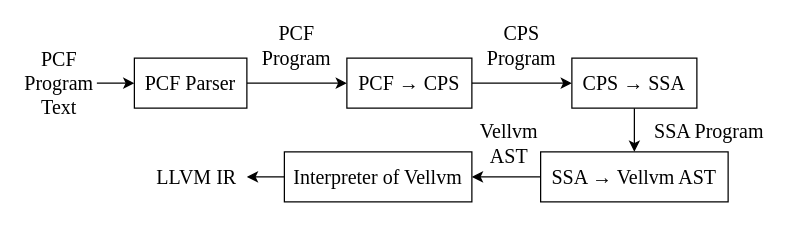
Earlier version of the draw.io diagram tase23/overview.drawio (ABigDoge/MyDiagrams). Source tidied: cells renumbered, new cells numbered last; positions are measured from the earlier drawing's top-left corner, leaving out a move shared by most shapes. Both pictures are drawn from the tidied source at 125%, with x=0, y=0 at pixel (21, 26).
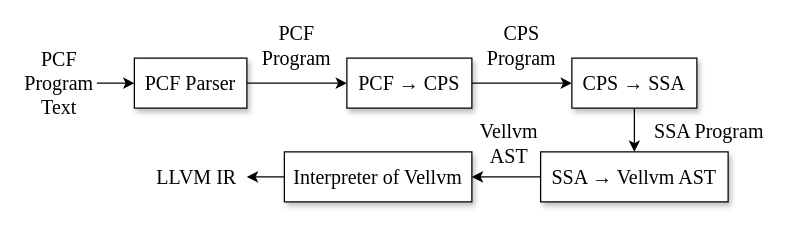
Above is the later version.

Diff of the diagram source:
```diff
@@
 <mxGraphModel>
   <root>
     <mxCell id="0" />
     <mxCell id="1" parent="0" />
     <mxCell id="2" style="edgeStyle=orthogonalEdgeStyle;rounded=0;jettySize=auto;html=1;fontFamily=Times New Roman;fontSize=16;fontColor=#000000;" parent="1" edge="1" source="3" target="5">
       <mxGeometry relative="1" as="geometry" />
     </mxCell>
-    <mxCell id="3" value="PCF Parser" style="rounded=0;whiteSpace=wrap;html=1;labelBackgroundColor=#ffffff;fontFamily=Times New Roman;fontSize=16;fontColor=#000000;" parent="1" vertex="1">
+    <mxCell id="3" value="PCF Parser" style="rounded=0;whiteSpace=wrap;html=1;labelBackgroundColor=#ffffff;fontFamily=Times New Roman;fontSize=16;fontColor=#000000;shadow=1;" parent="1" vertex="1">
       <mxGeometry x="90" y="25" width="90" height="40" as="geometry" />
     </mxCell>
     <mxCell id="4" style="edgeStyle=orthogonalEdgeStyle;rounded=0;jettySize=auto;html=1;fontFamily=Times New Roman;fontSize=16;fontColor=#000000;" parent="1" edge="1" source="5" target="7">
       <mxGeometry relative="1" as="geometry" />
     </mxCell>
-    <mxCell id="5" value="PCF&amp;nbsp;→ CPS" style="rounded=0;whiteSpace=wrap;html=1;labelBackgroundColor=#ffffff;fontFamily=Times New Roman;fontSize=16;fontColor=#000000;" parent="1" vertex="1">
+    <mxCell id="5" value="PCF&amp;nbsp;→ CPS" style="rounded=0;whiteSpace=wrap;html=1;labelBackgroundColor=#ffffff;fontFamily=Times New Roman;fontSize=16;fontColor=#000000;shadow=1;" parent="1" vertex="1">
       <mxGeometry x="260" y="25" width="100" height="40" as="geometry" />
     </mxCell>
     <mxCell id="6" style="edgeStyle=orthogonalEdgeStyle;rounded=0;jettySize=auto;html=1;fontFamily=Times New Roman;fontSize=16;fontColor=#000000;" parent="1" edge="1" source="7" target="9">
       <mxGeometry relative="1" as="geometry" />
     </mxCell>
-    <mxCell id="7" value="CPS → SSA" style="rounded=0;whiteSpace=wrap;html=1;labelBackgroundColor=#ffffff;fontFamily=Times New Roman;fontSize=16;fontColor=#000000;" parent="1" vertex="1">
+    <mxCell id="7" value="CPS → SSA" style="rounded=0;whiteSpace=wrap;html=1;labelBackgroundColor=#ffffff;fontFamily=Times New Roman;fontSize=16;fontColor=#000000;shadow=1;" parent="1" vertex="1">
       <mxGeometry x="440" y="25" width="100" height="40" as="geometry" />
     </mxCell>
     <mxCell id="8" style="edgeStyle=orthogonalEdgeStyle;rounded=0;jettySize=auto;html=1;fontFamily=Times New Roman;fontSize=16;fontColor=#000000;" parent="1" edge="1" source="9" target="11">
       <mxGeometry relative="1" as="geometry" />
     </mxCell>
-    <mxCell id="9" value="SSA → Vellvm AST" style="rounded=0;whiteSpace=wrap;html=1;labelBackgroundColor=#ffffff;fontFamily=Times New Roman;fontSize=16;fontColor=#000000;" parent="1" vertex="1">
+    <mxCell id="9" value="SSA → Vellvm AST" style="rounded=0;whiteSpace=wrap;html=1;labelBackgroundColor=#ffffff;fontFamily=Times New Roman;fontSize=16;fontColor=#000000;shadow=1;" parent="1" vertex="1">
       <mxGeometry x="415" y="100" width="150" height="40" as="geometry" />
     </mxCell>
     <mxCell id="10" style="edgeStyle=orthogonalEdgeStyle;rounded=0;jettySize=auto;html=1;fontFamily=Times New Roman;fontSize=16;fontColor=#000000;" parent="1" edge="1" source="11" target="14">
       <mxGeometry relative="1" as="geometry" />
     </mxCell>
-    <mxCell id="11" value="Interpreter of Vellvm" style="rounded=0;whiteSpace=wrap;html=1;labelBackgroundColor=#ffffff;fontFamily=Times New Roman;fontSize=16;fontColor=#000000;" parent="1" vertex="1">
+    <mxCell id="11" value="Interpreter of Vellvm" style="rounded=0;whiteSpace=wrap;html=1;labelBackgroundColor=#ffffff;fontFamily=Times New Roman;fontSize=16;fontColor=#000000;shadow=1;" parent="1" vertex="1">
       <mxGeometry x="210" y="100" width="150" height="40" as="geometry" />
     </mxCell>
     <mxCell id="12" style="edgeStyle=orthogonalEdgeStyle;rounded=0;jettySize=auto;html=1;fontFamily=Times New Roman;fontSize=16;fontColor=#000000;" parent="1" edge="1" source="13" target="3">
       <mxGeometry relative="1" as="geometry" />
     </mxCell>
     <mxCell id="13" value="PCF Program Text" style="text;html=1;strokeColor=none;fillColor=none;align=center;verticalAlign=middle;whiteSpace=wrap;rounded=0;fontSize=16;fontFamily=Times New Roman;fontColor=#000000;" parent="1" vertex="1">
       <mxGeometry y="30" width="60" height="30" as="geometry" />
     </mxCell>
     <mxCell id="14" value="LLVM IR" style="text;html=1;strokeColor=none;fillColor=none;align=center;verticalAlign=middle;whiteSpace=wrap;rounded=0;fontSize=16;fontFamily=Times New Roman;fontColor=#000000;" parent="1" vertex="1">
       <mxGeometry x="100" y="105" width="80" height="30" as="geometry" />
     </mxCell>
     <mxCell id="15" value="PCF Program" style="text;html=1;strokeColor=none;fillColor=none;align=center;verticalAlign=middle;whiteSpace=wrap;rounded=0;fontSize=16;fontFamily=Times New Roman;fontColor=#000000;" parent="1" vertex="1">
       <mxGeometry x="190" width="60" height="30" as="geometry" />
     </mxCell>
     <mxCell id="16" value="CPS Program" style="text;html=1;strokeColor=none;fillColor=none;align=center;verticalAlign=middle;whiteSpace=wrap;rounded=0;fontSize=16;fontFamily=Times New Roman;fontColor=#000000;" parent="1" vertex="1">
       <mxGeometry x="370" y="7.5" width="60" height="15" as="geometry" />
     </mxCell>
     <mxCell id="17" value="SSA Program" style="text;html=1;strokeColor=none;fillColor=none;align=center;verticalAlign=middle;whiteSpace=wrap;rounded=0;fontSize=16;fontFamily=Times New Roman;fontColor=#000000;" parent="1" vertex="1">
       <mxGeometry x="500" y="75" width="100" height="15" as="geometry" />
     </mxCell>
     <mxCell id="18" value="Vellvm AST" style="text;html=1;strokeColor=none;fillColor=none;align=center;verticalAlign=middle;whiteSpace=wrap;rounded=0;fontSize=16;fontFamily=Times New Roman;fontColor=#000000;" parent="1" vertex="1">
       <mxGeometry x="350" y="85" width="80" height="15" as="geometry" />
     </mxCell>
   </root>
 </mxGraphModel>
```
